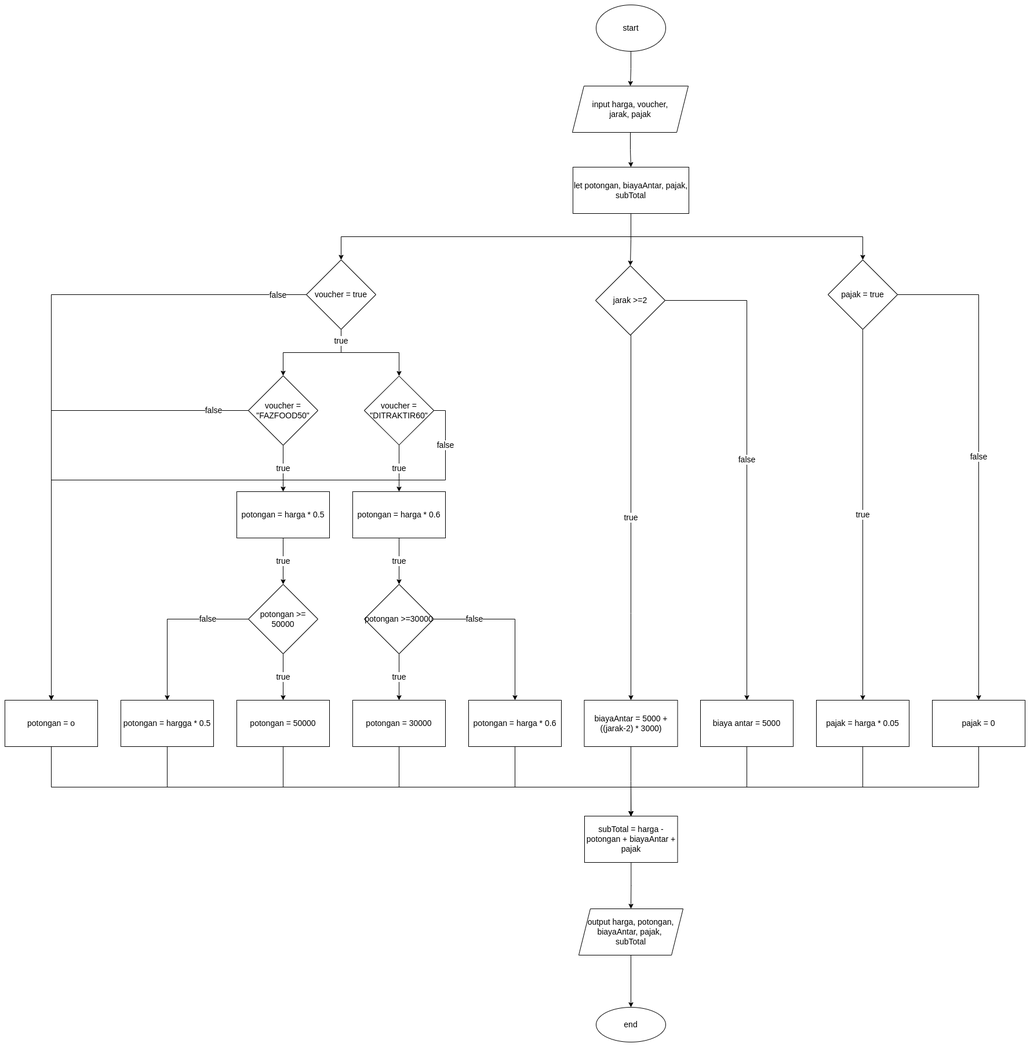
Earlier version of the draw.io export Part 4/flowchart_task3.png (tbmanix/Introduction-Javascript). Source tidied: cells renumbered, new cells last; positions are measured from the earlier drawing's top-left corner, leaving out a move shared by most shapes.
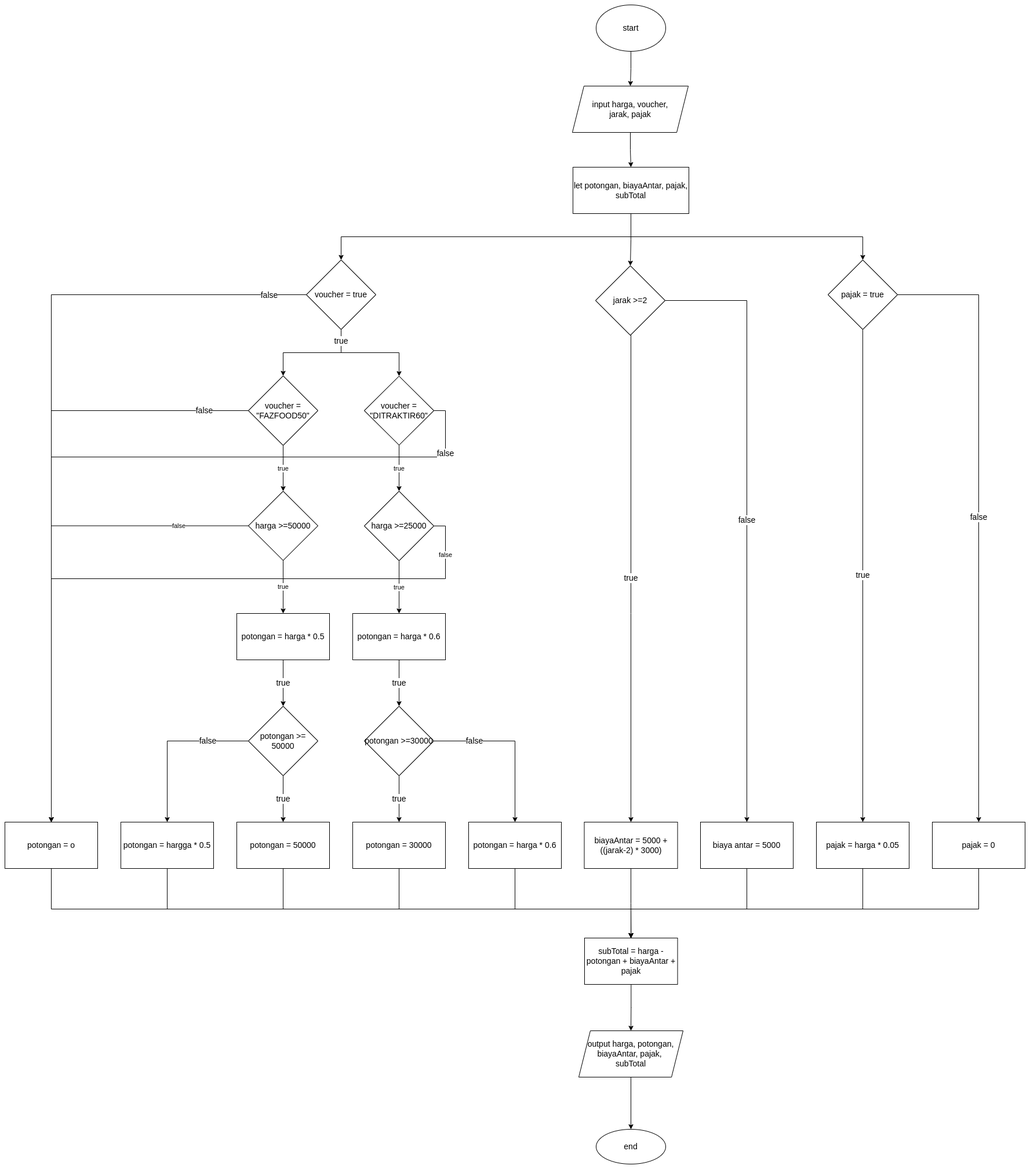
The same file after the commit.

Change to the diagram source:
```diff
@@ -6,13 +6,13 @@
       <mxGeometry relative="1" as="geometry" />
     </mxCell>
     <mxCell id="3" value="start" style="ellipse;whiteSpace=wrap;html=1;fontSize=14;" parent="1" vertex="1">
-      <mxGeometry x="1020" width="120" height="80" as="geometry" />
+      <mxGeometry x="1020" y="-210" width="120" height="80" as="geometry" />
     </mxCell>
     <mxCell id="4" style="edgeStyle=orthogonalEdgeStyle;rounded=0;jettySize=auto;html=1;fontSize=14;" parent="1" edge="1" source="5" target="9">
       <mxGeometry relative="1" as="geometry" />
     </mxCell>
     <mxCell id="5" value="input harga, voucher,&lt;br style=&quot;font-size: 14px;&quot;&gt;jarak, pajak" style="shape=parallelogram;perimeter=parallelogramPerimeter;whiteSpace=wrap;html=1;fixedSize=1;fontSize=14;" parent="1" vertex="1">
-      <mxGeometry x="979" y="140" width="200" height="80" as="geometry" />
+      <mxGeometry x="979" y="-70" width="200" height="80" as="geometry" />
     </mxCell>
     <mxCell id="6" style="edgeStyle=orthogonalEdgeStyle;rounded=0;jettySize=auto;html=1;fontSize=14;" parent="1" edge="1" source="9" target="12">
       <mxGeometry relative="1" as="geometry" />
@@ -20,27 +20,27 @@
     <mxCell id="7" style="edgeStyle=orthogonalEdgeStyle;rounded=0;jettySize=auto;html=1;fontSize=14;" parent="1" edge="1" source="9" target="15">
       <mxGeometry relative="1" as="geometry">
         <Array as="points">
-          <mxPoint x="1080" y="400" />
-          <mxPoint x="1480" y="400" />
+          <mxPoint x="1080" y="190" />
+          <mxPoint x="1480" y="190" />
         </Array>
       </mxGeometry>
     </mxCell>
     <mxCell id="8" style="edgeStyle=orthogonalEdgeStyle;rounded=0;jettySize=auto;html=1;entryX=0.5;entryY=0;entryDx=0;entryDy=0;fontSize=14;" parent="1" edge="1" source="9" target="26">
       <mxGeometry relative="1" as="geometry">
         <Array as="points">
-          <mxPoint x="1080" y="400" />
-          <mxPoint x="580" y="400" />
+          <mxPoint x="1080" y="190" />
+          <mxPoint x="580" y="190" />
         </Array>
       </mxGeometry>
     </mxCell>
     <mxCell id="9" value="let potongan, biayaAntar, pajak, subTotal" style="whiteSpace=wrap;html=1;fontSize=14;" parent="1" vertex="1">
-      <mxGeometry x="980" y="280" width="200" height="80" as="geometry" />
+      <mxGeometry x="980" y="70" width="200" height="80" as="geometry" />
     </mxCell>
     <mxCell id="10" value="true" style="edgeStyle=orthogonalEdgeStyle;rounded=0;jettySize=auto;html=1;fontSize=14;" parent="1" edge="1" source="12" target="48">
       <mxGeometry relative="1" as="geometry">
         <Array as="points">
-          <mxPoint x="1080" y="1050" />
-          <mxPoint x="1080" y="1050" />
+          <mxPoint x="1080" y="840" />
+          <mxPoint x="1080" y="840" />
         </Array>
       </mxGeometry>
     </mxCell>
@@ -48,7 +48,7 @@
       <mxGeometry relative="1" as="geometry" />
     </mxCell>
     <mxCell id="12" value="jarak &amp;gt;=2" style="rhombus;whiteSpace=wrap;html=1;fontSize=14;" parent="1" vertex="1">
-      <mxGeometry x="1019" y="450" width="120" height="120" as="geometry" />
+      <mxGeometry x="1019" y="240" width="120" height="120" as="geometry" />
     </mxCell>
     <mxCell id="13" value="true" style="edgeStyle=orthogonalEdgeStyle;rounded=0;jettySize=auto;html=1;fontSize=14;" parent="1" edge="1" source="15" target="52">
       <mxGeometry relative="1" as="geometry" />
@@ -57,38 +57,38 @@
       <mxGeometry relative="1" as="geometry" />
     </mxCell>
     <mxCell id="15" value="pajak = true" style="rhombus;whiteSpace=wrap;html=1;fontSize=14;" parent="1" vertex="1">
-      <mxGeometry x="1420" y="440" width="120" height="120" as="geometry" />
+      <mxGeometry x="1420" y="230" width="120" height="120" as="geometry" />
     </mxCell>
-    <mxCell id="16" value="true" style="edgeStyle=orthogonalEdgeStyle;rounded=0;jettySize=auto;html=1;fontSize=14;" parent="1" edge="1" source="18" target="30">
-      <mxGeometry relative="1" as="geometry" />
-    </mxCell>
     <mxCell id="17" value="false" style="edgeStyle=orthogonalEdgeStyle;rounded=0;jettySize=auto;html=1;fontSize=14;" parent="1" edge="1" source="18" target="28">
       <mxGeometry x="-0.86" relative="1" as="geometry" />
     </mxCell>
+    <mxCell id="60" value="true" style="edgeStyle=orthogonalEdgeStyle;rounded=0;jettySize=auto;html=1;" parent="1" edge="1" source="18" target="64">
+      <mxGeometry relative="1" as="geometry" />
+    </mxCell>
     <mxCell id="18" value="voucher = &quot;FAZFOOD50&quot;" style="rhombus;whiteSpace=wrap;html=1;fontSize=14;" parent="1" vertex="1">
-      <mxGeometry x="420" y="640" width="120" height="120" as="geometry" />
+      <mxGeometry x="420" y="430" width="120" height="120" as="geometry" />
     </mxCell>
-    <mxCell id="19" value="true" style="edgeStyle=orthogonalEdgeStyle;rounded=0;jettySize=auto;html=1;fontSize=14;" parent="1" edge="1" source="21" target="32">
-      <mxGeometry relative="1" as="geometry" />
-    </mxCell>
     <mxCell id="20" value="false" style="edgeStyle=orthogonalEdgeStyle;rounded=0;jettySize=auto;html=1;exitX=1;exitY=0.5;exitDx=0;exitDy=0;fontSize=14;" parent="1" edge="1" source="21" target="28">
       <mxGeometry x="-0.87" relative="1" as="geometry">
         <Array as="points">
-          <mxPoint x="760" y="700" />
-          <mxPoint x="760" y="820" />
-          <mxPoint x="80" y="820" />
+          <mxPoint x="760" y="490" />
+          <mxPoint x="760" y="570" />
+          <mxPoint x="80" y="570" />
         </Array>
       </mxGeometry>
     </mxCell>
+    <mxCell id="61" value="true" style="edgeStyle=orthogonalEdgeStyle;rounded=0;jettySize=auto;html=1;" parent="1" edge="1" source="21" target="67">
+      <mxGeometry relative="1" as="geometry" />
+    </mxCell>
     <mxCell id="21" value="voucher = &quot;DITRAKTIR60&quot;" style="rhombus;whiteSpace=wrap;html=1;fontSize=14;" parent="1" vertex="1">
-      <mxGeometry x="620" y="640.5" width="120" height="119" as="geometry" />
+      <mxGeometry x="620" y="430.5" width="120" height="119" as="geometry" />
     </mxCell>
     <mxCell id="22" style="edgeStyle=orthogonalEdgeStyle;rounded=0;jettySize=auto;html=1;fontSize=14;" parent="1" edge="1" target="21">
       <mxGeometry relative="1" as="geometry">
-        <mxPoint x="580" y="570" as="sourcePoint" />
+        <mxPoint x="580" y="360" as="sourcePoint" />
         <Array as="points">
-          <mxPoint x="580" y="600" />
-          <mxPoint x="680" y="600" />
+          <mxPoint x="580" y="390" />
+          <mxPoint x="680" y="390" />
         </Array>
       </mxGeometry>
     </mxCell>
@@ -104,7 +104,7 @@
       </mxGeometry>
     </mxCell>
     <mxCell id="26" value="voucher = true" style="rhombus;whiteSpace=wrap;html=1;fontSize=14;" parent="1" vertex="1">
-      <mxGeometry x="520" y="440" width="120" height="120" as="geometry" />
+      <mxGeometry x="520" y="230" width="120" height="120" as="geometry" />
     </mxCell>
     <mxCell id="27" style="edgeStyle=orthogonalEdgeStyle;rounded=0;jettySize=auto;html=1;fontSize=14;" parent="1" edge="1" source="28" target="56">
       <mxGeometry relative="1" as="geometry">
@@ -245,5 +245,30 @@
     <mxCell id="59" value="end" style="ellipse;whiteSpace=wrap;html=1;fontSize=14;" parent="1" vertex="1">
       <mxGeometry x="1020" y="1730" width="120" height="60" as="geometry" />
     </mxCell>
+    <mxCell id="62" value="true" style="edgeStyle=orthogonalEdgeStyle;rounded=0;jettySize=auto;html=1;" parent="1" edge="1" source="64" target="30">
+      <mxGeometry relative="1" as="geometry" />
+    </mxCell>
+    <mxCell id="63" value="false" style="edgeStyle=orthogonalEdgeStyle;rounded=0;jettySize=auto;html=1;entryX=0.5;entryY=0;entryDx=0;entryDy=0;" parent="1" edge="1" source="64" target="28">
+      <mxGeometry x="-0.72" relative="1" as="geometry" />
+    </mxCell>
+    <mxCell id="64" value="harga &amp;gt;=50000" style="rhombus;whiteSpace=wrap;html=1;fontSize=14;" parent="1" vertex="1">
+      <mxGeometry x="420" y="629" width="120" height="119.5" as="geometry" />
+    </mxCell>
+    <mxCell id="65" value="true" style="edgeStyle=orthogonalEdgeStyle;rounded=0;jettySize=auto;html=1;" parent="1" edge="1" source="67" target="32">
+      <mxGeometry relative="1" as="geometry" />
+    </mxCell>
+    <mxCell id="66" value="false" style="edgeStyle=orthogonalEdgeStyle;rounded=0;jettySize=auto;html=1;" parent="1" edge="1" source="67" target="28">
+      <mxGeometry x="-0.88" relative="1" as="geometry">
+        <Array as="points">
+          <mxPoint x="760" y="689" />
+          <mxPoint x="760" y="780" />
+          <mxPoint x="80" y="780" />
+        </Array>
+        <mxPoint y="-1" as="offset" />
+      </mxGeometry>
+    </mxCell>
+    <mxCell id="67" value="harga &amp;gt;=25000" style="rhombus;whiteSpace=wrap;html=1;fontSize=14;" parent="1" vertex="1">
+      <mxGeometry x="620" y="629" width="120" height="120" as="geometry" />
+    </mxCell>
   </root>
 </mxGraphModel>
```
